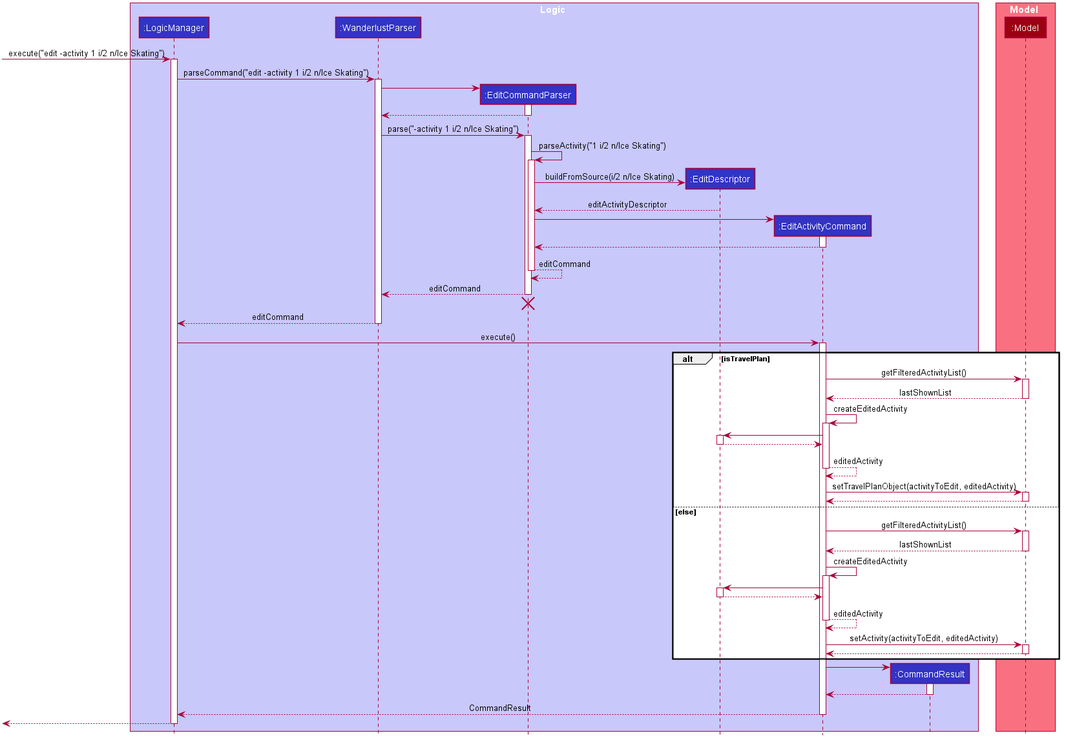
underthehai/tp keeps this PlantUML diagram as docs/images/EditSequenceDiagram.png. Above is the earlier version.
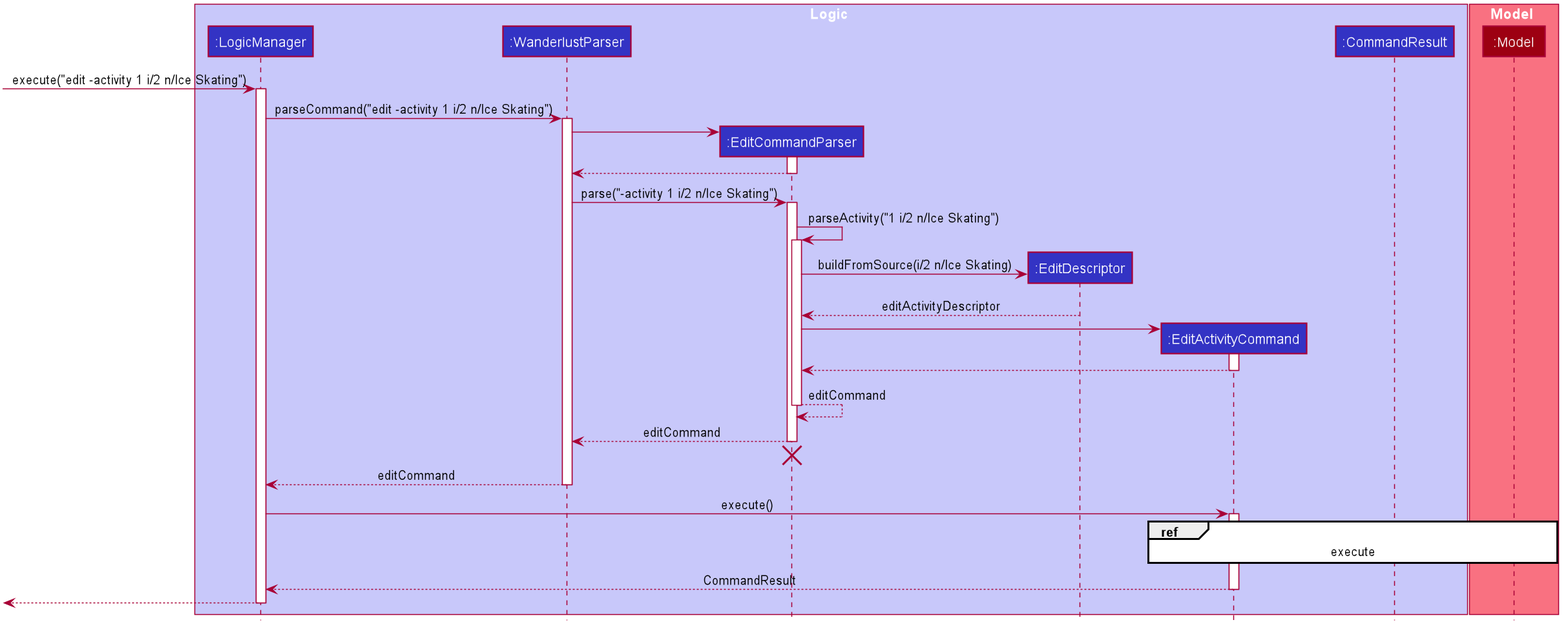
Later version of the same file.

Change to the diagram source:
```diff
@@ -110,66 +110,10 @@
 deactivate WanderlustParser
 
 LogicManager -> EditActivityCommand : execute()
+
 activate EditActivityCommand
-
-    alt isTravelPlan
-
-    EditActivityCommand -> Model : getFilteredActivityList()
-    activate Model
-
-    Model --> EditActivityCommand: lastShownList
-    deactivate Model
-
-    EditActivityCommand -> EditActivityCommand : createEditedActivity
-    activate EditActivityCommand
-
-    EditActivityCommand -> EditDescriptor
-    activate EditDescriptor
-    EditDescriptor --> EditActivityCommand
-    deactivate EditDescriptor
-
-    EditActivityCommand --> EditActivityCommand : editedActivity
-    deactivate EditActivityCommand
-
-    EditActivityCommand -> Model: setTravelPlanObject(activityToEdit, editedActivity)
-    activate Model
-    Model --> EditActivityCommand
-    deactivate Model
-
-else else
-
-    EditActivityCommand -> Model : getFilteredActivityList()
-    activate Model
-
-    Model --> EditActivityCommand: lastShownList
-    deactivate Model
-
-    EditActivityCommand -> EditActivityCommand : createEditedActivity
-    activate EditActivityCommand
-
-        EditActivityCommand -> EditDescriptor
-        activate EditDescriptor
-        EditDescriptor --> EditActivityCommand
-        deactivate EditDescriptor
-
-    EditActivityCommand --> EditActivityCommand : editedActivity
-    deactivate EditActivityCommand
-
-    EditActivityCommand -> Model: setActivity(activityToEdit, editedActivity)
-    activate Model
-    Model --> EditActivityCommand
-    deactivate Model
-
-end
-
-create CommandResult
-EditActivityCommand -> CommandResult
-activate CommandResult
-
-CommandResult --> EditActivityCommand
-deactivate CommandResult
-
-EditActivityCommand --> LogicManager : CommandResult
+ref over EditActivityCommand, Model : execute
+EditActivityCommand --> LogicManager: CommandResult
 deactivate EditActivityCommand
 
 [<--LogicManager
```
